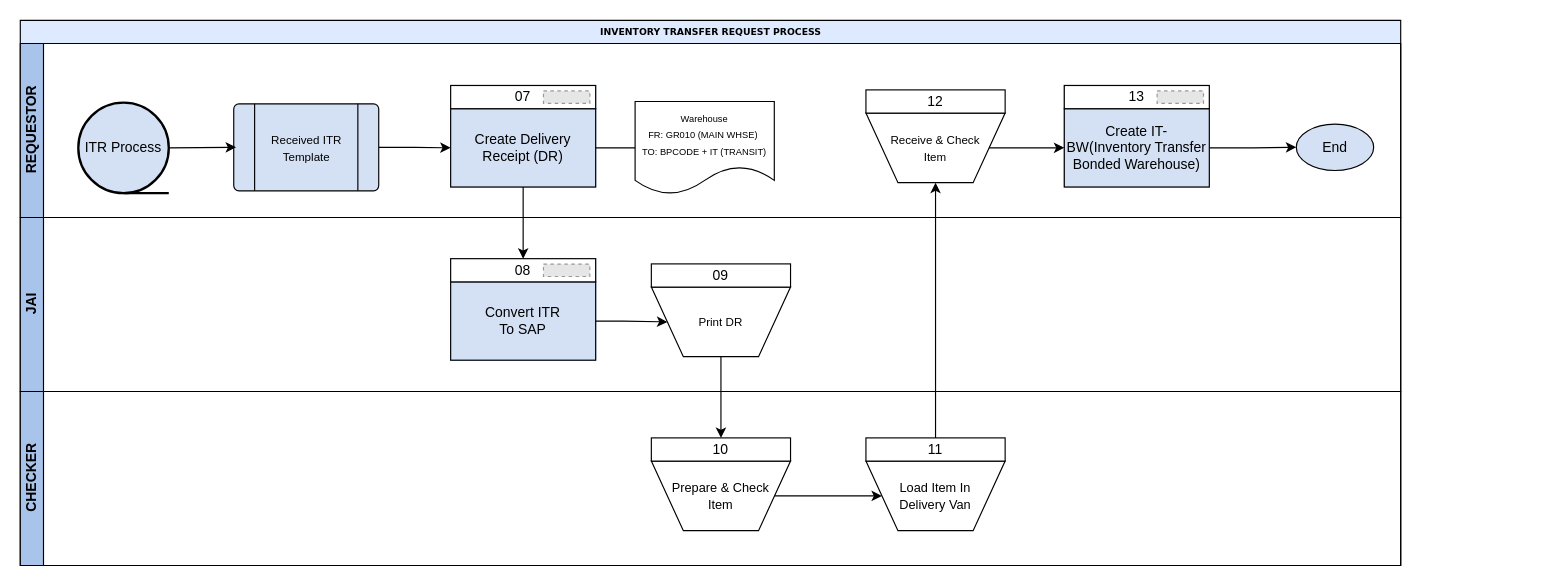
Above: page "ITR Process" (2 of 2) of Flowchart/Process Flow Inventory Transfer Request.drawio in itsC0ffee/Goldrich-Repository (draw.io), before the change. Source tidied: cells renumbered, new cells numbered last; positions are measured from the earlier drawing's top-left corner, leaving out a move shared by most shapes. Both pictures are drawn from the tidied source at 116%, with x=0, y=0 at pixel (20, 20). Pictures stored in the file or linked from it are replaced by grey dashed boxes.
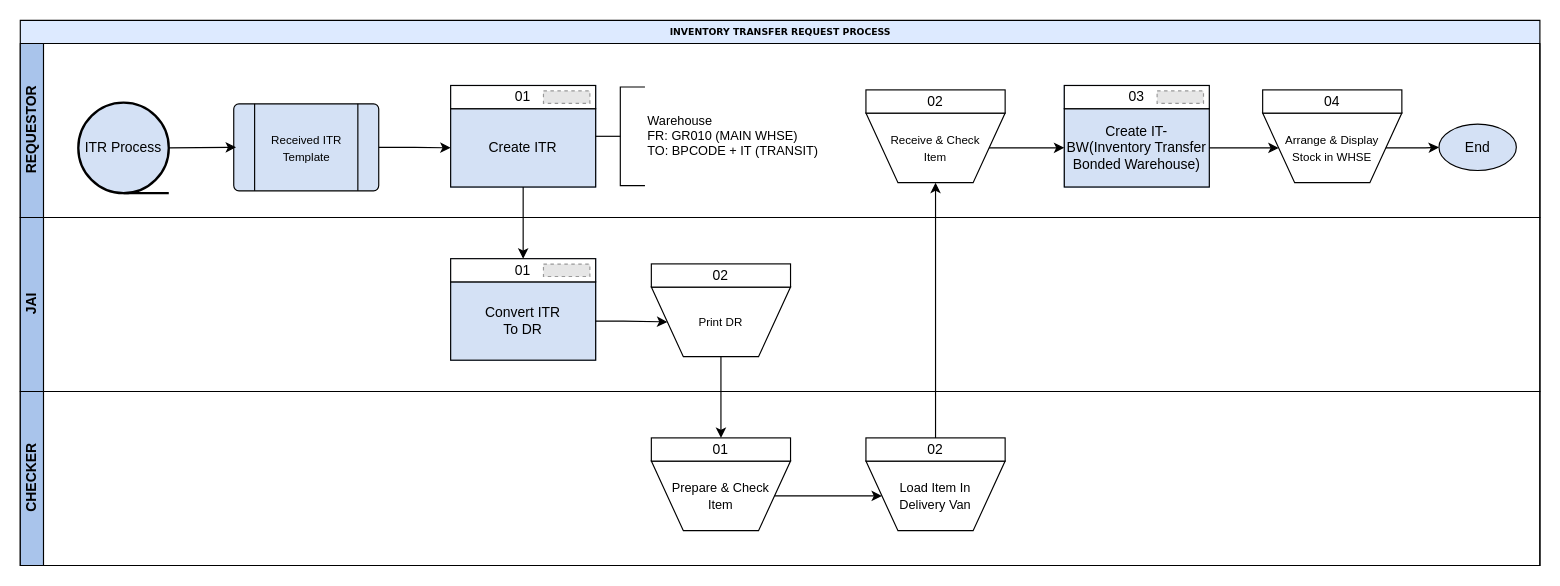
The same page after the edit.

Unchanged cells that the change refers to:
```xml
<mxCell id="9" style="group;whiteSpace=wrap;html=1;" parent="3" vertex="1">
  <mxGeometry x="729" y="30" width="120" height="90" as="geometry" />
</mxCell>
<mxCell id="21" style="group;fillColor=#D4E1F5;strokeColor=#6c8ebf;" parent="3" vertex="1">
  <mxGeometry x="900" y="36.2" width="125" height="87.5" as="geometry" />
</mxCell>
<mxCell id="22" value="Create IT-BW(Inventory Transfer Bonded Warehouse)" style="rounded=0;whiteSpace=wrap;html=1;fillColor=#D4E1F5;" parent="21" vertex="1">
  <mxGeometry y="20" width="125" height="67.5" as="geometry" />
</mxCell>
<mxCell id="30" style="group;whiteSpace=wrap;html=1;" parent="28" vertex="1">
  <mxGeometry x="544" y="30" width="120" height="90" as="geometry" />
</mxCell>
<mxCell id="33" style="group;fillColor=#D4E1F5;strokeColor=#6c8ebf;" parent="28" vertex="1">
  <mxGeometry x="371" y="35.5" width="125" height="87.5" as="geometry" />
</mxCell>
<mxCell id="39" style="group;whiteSpace=wrap;html=1;" parent="38" vertex="1">
  <mxGeometry x="544" y="30" width="120" height="90" as="geometry" />
</mxCell>
<mxCell id="42" style="group;whiteSpace=wrap;html=1;" parent="38" vertex="1">
  <mxGeometry x="729" y="30" width="120" height="90" as="geometry" />
</mxCell>
```

Diff of the diagram source:
```diff
@@
     <mxCell id="2" value="INVENTORY TRANSFER REQUEST PROCESS" style="swimlane;html=1;horizontal=1;startSize=20;rounded=0;shadow=0;labelBackgroundColor=none;strokeWidth=1;fontFamily=Verdana;fontSize=8;align=center;fillColor=#DDEAFF;" parent="1" vertex="1">
-      <mxGeometry width="1190" height="470" as="geometry" />
+      <mxGeometry width="1310" height="470" as="geometry" />
     </mxCell>
     <mxCell id="3" value="REQUESTOR" style="swimlane;html=1;startSize=20;horizontal=0;fillColor=#A9C4EB;strokeColor=#000000;" parent="2" vertex="1">
-      <mxGeometry y="20" width="1190" height="150" as="geometry" />
+      <mxGeometry y="20" width="1310" height="150" as="geometry" />
     </mxCell>
@@
-    <mxCell id="11" value="12" style="rounded=0;whiteSpace=wrap;html=1;" parent="9" vertex="1">
+    <mxCell id="11" value="02" style="rounded=0;whiteSpace=wrap;html=1;" parent="9" vertex="1">
       <mxGeometry y="10" width="120" height="20" as="geometry" />
     </mxCell>
@@
-    <mxCell id="15" style="group;fillColor=#D4E1F5;strokeColor=#6c8ebf;" parent="3" vertex="1">
-      <mxGeometry x="371" y="36.2" width="125" height="87.5" as="geometry" />
-    </mxCell>
-    <mxCell id="16" value="Create Delivery Receipt (DR)" style="rounded=0;whiteSpace=wrap;html=1;fillColor=#D4E1F5;" parent="15" vertex="1">
-      <mxGeometry y="20" width="125" height="67.5" as="geometry" />
-    </mxCell>
-    <mxCell id="17" value="07" style="rounded=0;whiteSpace=wrap;html=1;" parent="15" vertex="1">
-      <mxGeometry width="125" height="20" as="geometry" />
-    </mxCell>
-    <mxCell id="18" style="fillColor=#E6E6E6;strokeColor=#999999;dashed=1;verticalLabelPosition=bottom;verticalAlign=top;" parent="15" vertex="1">
-      <mxGeometry x="80" y="4.7" width="40" height="10.7" as="geometry" />
-    </mxCell>
-    <mxCell id="19" value="&lt;font style=&quot;font-size: 8px;&quot;&gt;Warehouse&lt;/font&gt;&lt;div&gt;&lt;font style=&quot;font-size: 8px;&quot;&gt;FR: GR010 (MAIN WHSE)&amp;nbsp;&lt;/font&gt;&lt;div&gt;&lt;font style=&quot;font-size: 8px;&quot;&gt;TO: BPCODE + IT (TRANSIT)&lt;/font&gt;&lt;/div&gt;&lt;/div&gt;" style="shape=document;whiteSpace=wrap;html=1;boundedLbl=1;" parent="3" vertex="1">
-      <mxGeometry x="530" y="50" width="120" height="80" as="geometry" />
-    </mxCell>
-    <mxCell id="20" style="edgeStyle=orthogonalEdgeStyle;rounded=0;jettySize=auto;html=1;entryX=0;entryY=0.5;entryDx=0;entryDy=0;endArrow=none;endFill=0;" parent="3" edge="1" source="16" target="19">
-      <mxGeometry relative="1" as="geometry" />
-    </mxCell>
@@
-    <mxCell id="23" value="13" style="rounded=0;whiteSpace=wrap;html=1;" parent="21" vertex="1">
+    <mxCell id="23" value="03" style="rounded=0;whiteSpace=wrap;html=1;" parent="21" vertex="1">
       <mxGeometry width="125" height="20" as="geometry" />
     </mxCell>
@@
     <mxCell id="26" value="End" style="strokeWidth=1;html=1;shape=mxgraph.flowchart.start_1;whiteSpace=wrap;fillColor=#D4E1F5;" parent="3" vertex="1">
-      <mxGeometry x="1100" y="69.5" width="66.7" height="40" as="geometry" />
+      <mxGeometry x="1223" y="69.5" width="66.7" height="40" as="geometry" />
     </mxCell>
-    <mxCell id="27" style="edgeStyle=orthogonalEdgeStyle;rounded=0;jettySize=auto;html=1;entryX=0;entryY=0.5;entryDx=0;entryDy=0;entryPerimeter=0;" parent="3" edge="1" source="22" target="26">
-      <mxGeometry relative="1" as="geometry" />
-    </mxCell>
+    <mxCell id="52" style="group;whiteSpace=wrap;html=1;" parent="3" vertex="1">
+      <mxGeometry x="1071" y="30" width="120" height="90" as="geometry" />
+    </mxCell>
+    <mxCell id="53" value="&lt;span style=&quot;font-size: 10px;&quot;&gt;Arrange &amp;amp; Display&lt;/span&gt;&lt;div&gt;&lt;span style=&quot;font-size: 10px;&quot;&gt;Stock in WHSE&lt;/span&gt;&lt;/div&gt;" style="verticalLabelPosition=middle;verticalAlign=middle;html=1;shape=trapezoid;perimeter=trapezoidPerimeter;whiteSpace=wrap;size=0.23;arcSize=10;flipV=1;labelPosition=center;align=center;" parent="52" vertex="1">
+      <mxGeometry y="30" width="120" height="60" as="geometry" />
+    </mxCell>
+    <mxCell id="54" value="04" style="rounded=0;whiteSpace=wrap;html=1;" parent="52" vertex="1">
+      <mxGeometry y="10" width="120" height="20" as="geometry" />
+    </mxCell>
+    <mxCell id="55" style="edgeStyle=orthogonalEdgeStyle;rounded=0;jettySize=auto;html=1;entryX=0;entryY=0.5;entryDx=0;entryDy=0;" parent="3" edge="1" source="22" target="53">
+      <mxGeometry relative="1" as="geometry" />
+    </mxCell>
+    <mxCell id="56" style="edgeStyle=orthogonalEdgeStyle;rounded=0;jettySize=auto;html=1;entryX=0;entryY=0.5;entryDx=0;entryDy=0;entryPerimeter=0;" parent="3" edge="1" source="53" target="26">
+      <mxGeometry relative="1" as="geometry" />
+    </mxCell>
+    <mxCell id="57" style="group;" parent="3" vertex="1">
+      <mxGeometry x="371" y="30" width="175" height="100" as="geometry" />
+    </mxCell>
+    <mxCell id="15" style="group;fillColor=#D4E1F5;strokeColor=#6c8ebf;" parent="57" vertex="1">
+      <mxGeometry y="6.2" width="125" height="87.5" as="geometry" />
+    </mxCell>
+    <mxCell id="16" value="Create ITR" style="rounded=0;whiteSpace=wrap;html=1;fillColor=#D4E1F5;" parent="15" vertex="1">
+      <mxGeometry y="20" width="125" height="67.5" as="geometry" />
+    </mxCell>
+    <mxCell id="17" value="01" style="rounded=0;whiteSpace=wrap;html=1;" parent="15" vertex="1">
+      <mxGeometry width="125" height="20" as="geometry" />
+    </mxCell>
+    <mxCell id="18" style="fillColor=#E6E6E6;strokeColor=#999999;dashed=1;verticalLabelPosition=bottom;verticalAlign=top;" parent="15" vertex="1">
+      <mxGeometry x="80" y="4.7" width="40" height="10.7" as="geometry" />
+    </mxCell>
+    <mxCell id="19" value="&lt;div style=&quot;font-size: 11px;&quot;&gt;&lt;font style=&quot;font-size: 11px;&quot;&gt;Warehouse&lt;/font&gt;&lt;/div&gt;&lt;div style=&quot;font-size: 11px;&quot;&gt;&lt;font style=&quot;font-size: 11px;&quot;&gt;FR: GR010 (MAIN WHSE)&amp;nbsp;&lt;/font&gt;&lt;/div&gt;&lt;div style=&quot;font-size: 11px;&quot;&gt;&lt;font style=&quot;font-size: 11px;&quot;&gt;TO: BPCODE + IT (TRANSIT)&lt;/font&gt;&lt;/div&gt;" style="strokeWidth=1;html=1;shape=mxgraph.flowchart.annotation_2;align=left;labelPosition=right;" parent="57" vertex="1">
+      <mxGeometry x="125" y="7.5" width="42.5" height="85" as="geometry" />
+    </mxCell>
     <mxCell id="28" value="JAI" style="swimlane;html=1;startSize=20;horizontal=0;fillColor=#A9C4EB;" parent="2" vertex="1">
-      <mxGeometry y="170" width="1190" height="150" as="geometry" />
+      <mxGeometry y="170" width="1310" height="150" as="geometry" />
     </mxCell>
@@
-    <mxCell id="32" value="09" style="rounded=0;whiteSpace=wrap;html=1;" parent="30" vertex="1">
+    <mxCell id="32" value="02" style="rounded=0;whiteSpace=wrap;html=1;" parent="30" vertex="1">
       <mxGeometry y="10" width="120" height="20" as="geometry" />
     </mxCell>
@@
-    <mxCell id="34" value="Convert ITR&lt;div&gt;To SAP&lt;/div&gt;" style="rounded=0;whiteSpace=wrap;html=1;fillColor=#D4E1F5;" parent="33" vertex="1">
+    <mxCell id="34" value="Convert ITR&lt;div&gt;To DR&lt;/div&gt;" style="rounded=0;whiteSpace=wrap;html=1;fillColor=#D4E1F5;" parent="33" vertex="1">
       <mxGeometry y="20" width="125" height="67.5" as="geometry" />
     </mxCell>
-    <mxCell id="35" value="08" style="rounded=0;whiteSpace=wrap;html=1;" parent="33" vertex="1">
+    <mxCell id="35" value="01" style="rounded=0;whiteSpace=wrap;html=1;" parent="33" vertex="1">
       <mxGeometry width="125" height="20" as="geometry" />
     </mxCell>
@@
     <mxCell id="38" value="CHECKER" style="swimlane;html=1;startSize=20;horizontal=0;fillColor=#A9C4EB;" parent="2" vertex="1">
-      <mxGeometry y="320" width="1190" height="150" as="geometry" />
+      <mxGeometry y="320" width="1310" height="150" as="geometry" />
     </mxCell>
@@
-    <mxCell id="41" value="10" style="rounded=0;whiteSpace=wrap;html=1;" parent="39" vertex="1">
+    <mxCell id="41" value="01" style="rounded=0;whiteSpace=wrap;html=1;" parent="39" vertex="1">
       <mxGeometry y="10" width="120" height="20" as="geometry" />
     </mxCell>
@@
-    <mxCell id="44" value="11" style="rounded=0;whiteSpace=wrap;html=1;" parent="42" vertex="1">
+    <mxCell id="44" value="02" style="rounded=0;whiteSpace=wrap;html=1;" parent="42" vertex="1">
       <mxGeometry y="10" width="120" height="20" as="geometry" />
     </mxCell>
```
